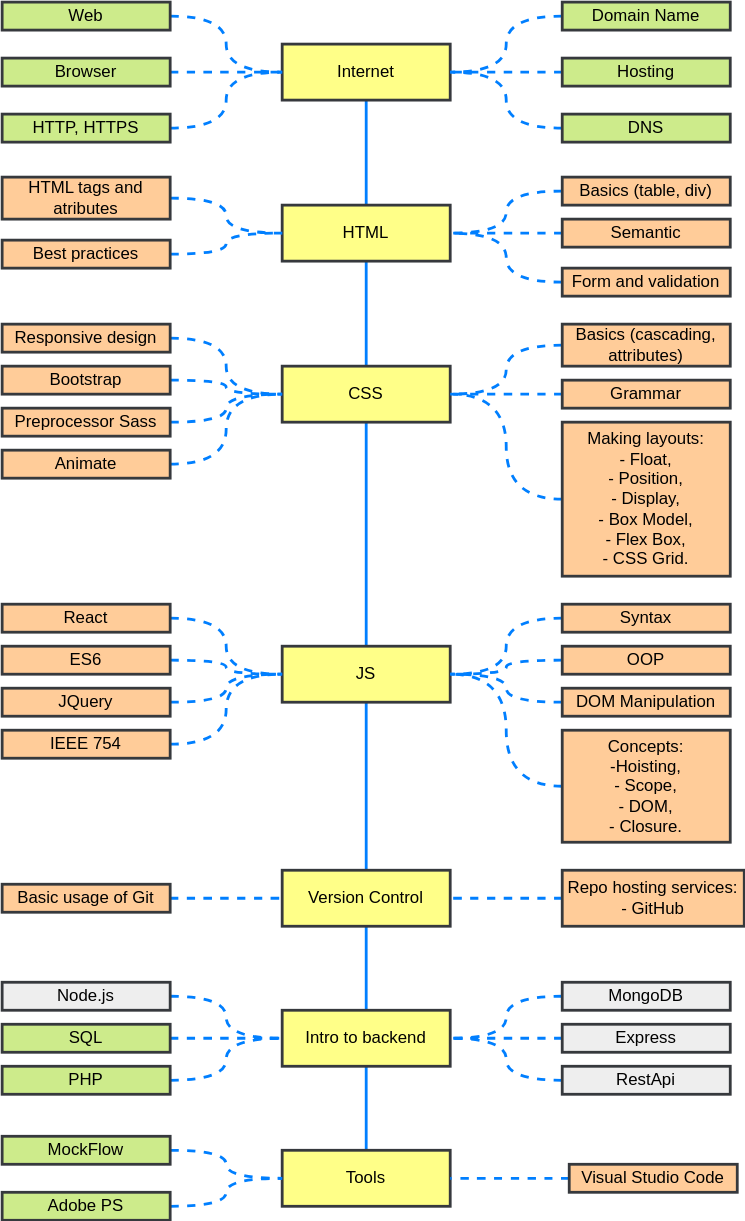
Earlier version of the draw.io export frontend-roadmap/frontendDiagram.svg (dczerniawko/dczerniawko.github.io). Source tidied: cells renumbered, new cells last; positions are measured from the earlier drawing's top-left corner, leaving out a move shared by most shapes.
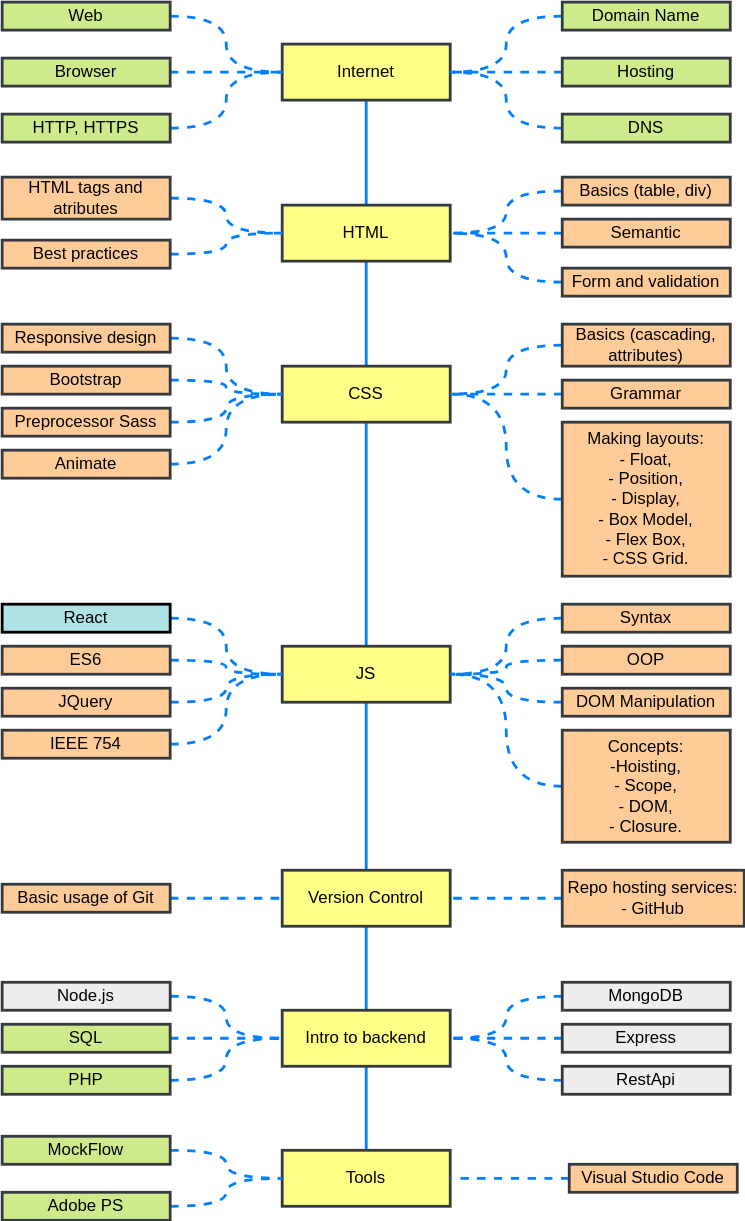
After the commit.

The edit, as a diff of the source:
```diff
@@ -170,7 +170,7 @@
     <mxCell id="57" style="edgeStyle=orthogonalEdgeStyle;curved=1;jettySize=auto;html=1;entryX=0;entryY=0.5;entryDx=0;entryDy=0;dashed=1;endArrow=none;endFill=0;strokeColor=#007FFF;strokeWidth=2;" parent="1" edge="1" source="58" target="9">
       <mxGeometry relative="1" as="geometry" />
     </mxCell>
-    <mxCell id="58" value="React" style="rounded=0;whiteSpace=wrap;html=1;strokeWidth=2;strokeColor=#36393d;fillColor=#ffcc99;" parent="1" vertex="1">
+    <mxCell id="58" value="React" style="rounded=0;whiteSpace=wrap;html=1;strokeWidth=2;fillColor=#b0e3e6;" parent="1" vertex="1">
       <mxGeometry y="430" width="120" height="20" as="geometry" />
     </mxCell>
     <mxCell id="59" style="edgeStyle=orthogonalEdgeStyle;curved=1;jettySize=auto;html=1;entryX=1;entryY=0.5;entryDx=0;entryDy=0;dashed=1;endArrow=none;endFill=0;strokeColor=#007FFF;strokeWidth=2;" parent="1" edge="1" source="60" target="9">
```
